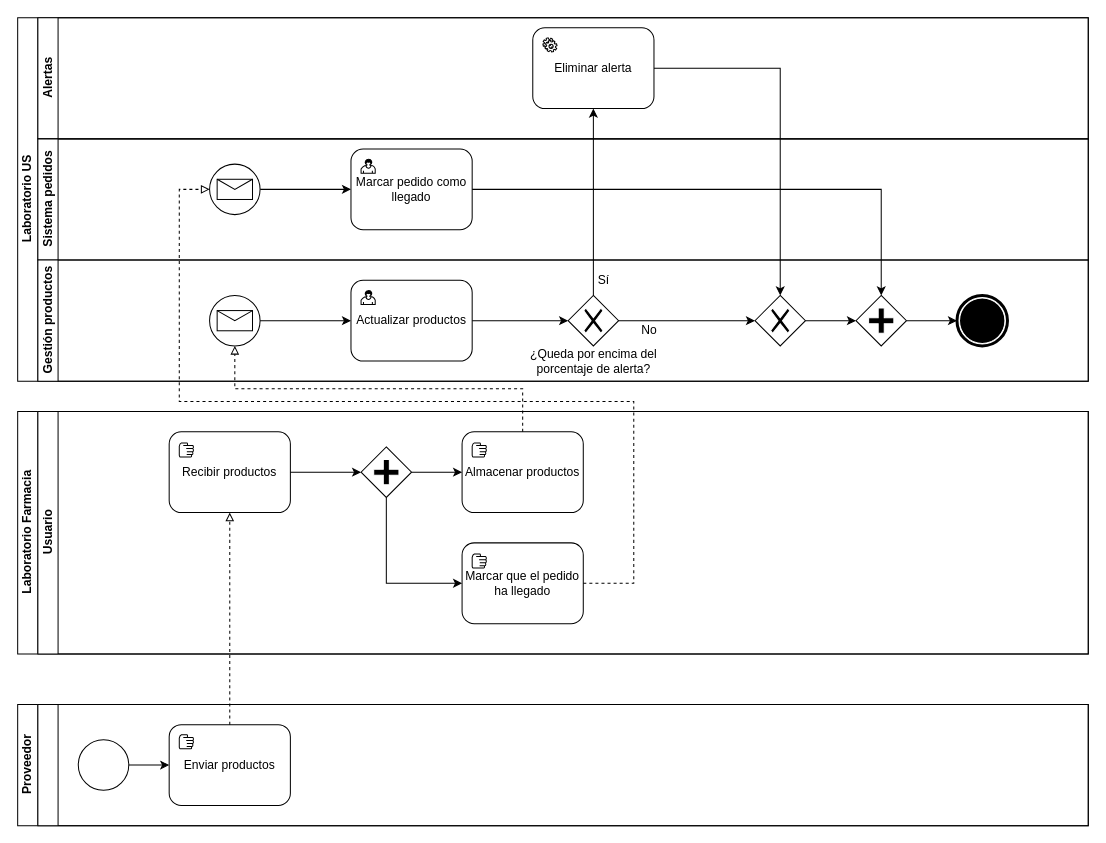
The draw.io diagram 4 Necesidades de negocio/4.2 Modelos de procesos de negocio a implantar/RecibirPedidoBPMN-Implementar.drawio in Franbr31/IR-project, before the edit. Source tidied: cells renumbered, new cells numbered last; positions are measured from the earlier drawing's top-left corner, leaving out a move shared by most shapes. Both pictures are drawn from the tidied source at 101%, with x=0, y=0 at pixel (17, 17).
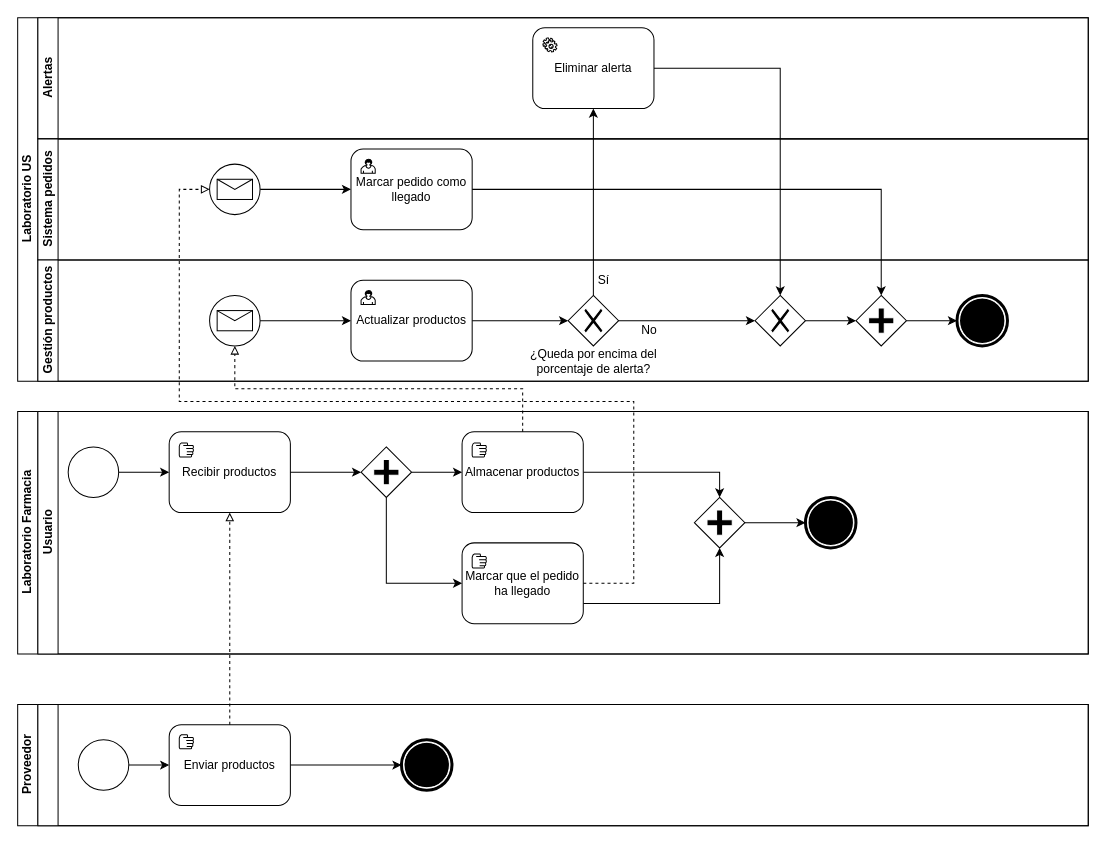
The same page after the edit.

The change refers to these unchanged cells:
```xml
<mxCell id="31" value="Usuario" style="swimlane;html=1;startSize=20;horizontal=0;" parent="30" vertex="1">
  <mxGeometry x="20" width="1040" height="240" as="geometry" />
</mxCell>
<mxCell id="33" value="Recibir productos" style="shape=ext;rounded=1;html=1;whiteSpace=wrap;" parent="31" vertex="1">
  <mxGeometry x="130" y="20" width="120" height="80" as="geometry" />
</mxCell>
<mxCell id="35" value="Almacenar productos" style="shape=ext;rounded=1;html=1;whiteSpace=wrap;" parent="31" vertex="1">
  <mxGeometry x="420" y="20" width="120" height="80" as="geometry" />
</mxCell>
<mxCell id="40" value="Marcar que el pedido ha llegado" style="shape=ext;rounded=1;html=1;whiteSpace=wrap;" parent="31" vertex="1">
  <mxGeometry x="420" y="130" width="120" height="80" as="geometry" />
</mxCell>
<mxCell id="43" style="swimlane;html=1;startSize=20;horizontal=0;" parent="42" vertex="1">
  <mxGeometry x="20" width="1040" height="120" as="geometry" />
</mxCell>
<mxCell id="46" value="Enviar productos" style="shape=ext;rounded=1;html=1;whiteSpace=wrap;" parent="43" vertex="1">
  <mxGeometry x="130" y="20" width="120" height="80" as="geometry" />
</mxCell>
```

What changed in the source:
```diff
@@
+    <mxCell id="51" style="edgeStyle=orthogonalEdgeStyle;rounded=0;jettySize=auto;html=1;exitX=1;exitY=0.5;exitDx=0;exitDy=0;entryX=0.5;entryY=0;entryDx=0;entryDy=0;" parent="31" edge="1" source="35" target="57">
+      <mxGeometry relative="1" as="geometry" />
+    </mxCell>
@@
+    <mxCell id="52" style="edgeStyle=orthogonalEdgeStyle;rounded=0;jettySize=auto;html=1;exitX=1;exitY=0.75;exitDx=0;exitDy=0;entryX=0.5;entryY=1;entryDx=0;entryDy=0;" parent="31" edge="1" source="40" target="57">
+      <mxGeometry relative="1" as="geometry" />
+    </mxCell>
@@
+    <mxCell id="53" style="edgeStyle=orthogonalEdgeStyle;rounded=0;jettySize=auto;html=1;exitX=1;exitY=0.5;exitDx=0;exitDy=0;entryX=0;entryY=0.5;entryDx=0;entryDy=0;" parent="31" edge="1" source="54" target="33">
+      <mxGeometry relative="1" as="geometry" />
+    </mxCell>
+    <mxCell id="54" style="shape=mxgraph.bpmn.shape;html=1;verticalLabelPosition=bottom;labelBackgroundColor=#ffffff;verticalAlign=top;align=center;perimeter=ellipsePerimeter;outlineConnect=0;outline=standard;symbol=general;" parent="31" vertex="1">
+      <mxGeometry x="30" y="35" width="50" height="50" as="geometry" />
+    </mxCell>
+    <mxCell id="55" style="shape=mxgraph.bpmn.shape;html=1;verticalLabelPosition=bottom;labelBackgroundColor=#ffffff;verticalAlign=top;align=center;perimeter=ellipsePerimeter;outlineConnect=0;outline=end;symbol=terminate;" parent="31" vertex="1">
+      <mxGeometry x="760" y="85" width="50" height="50" as="geometry" />
+    </mxCell>
+    <mxCell id="56" style="edgeStyle=orthogonalEdgeStyle;rounded=0;jettySize=auto;html=1;exitX=1;exitY=0.5;exitDx=0;exitDy=0;entryX=0;entryY=0.5;entryDx=0;entryDy=0;" parent="31" edge="1" source="57" target="55">
+      <mxGeometry relative="1" as="geometry" />
+    </mxCell>
+    <mxCell id="57" style="shape=mxgraph.bpmn.shape;html=1;verticalLabelPosition=bottom;labelBackgroundColor=#ffffff;verticalAlign=top;align=center;perimeter=rhombusPerimeter;background=gateway;outlineConnect=0;outline=none;symbol=parallelGw;" parent="31" vertex="1">
+      <mxGeometry x="650" y="85" width="50" height="50" as="geometry" />
+    </mxCell>
@@
+    <mxCell id="58" style="edgeStyle=orthogonalEdgeStyle;rounded=0;jettySize=auto;html=1;exitX=1;exitY=0.5;exitDx=0;exitDy=0;entryX=0;entryY=0.5;entryDx=0;entryDy=0;" parent="43" edge="1" source="46" target="59">
+      <mxGeometry relative="1" as="geometry" />
+    </mxCell>
@@
+    <mxCell id="59" style="shape=mxgraph.bpmn.shape;html=1;verticalLabelPosition=bottom;labelBackgroundColor=#ffffff;verticalAlign=top;align=center;perimeter=ellipsePerimeter;outlineConnect=0;outline=end;symbol=terminate;" parent="43" vertex="1">
+      <mxGeometry x="360" y="35" width="50" height="50" as="geometry" />
+    </mxCell>
```
